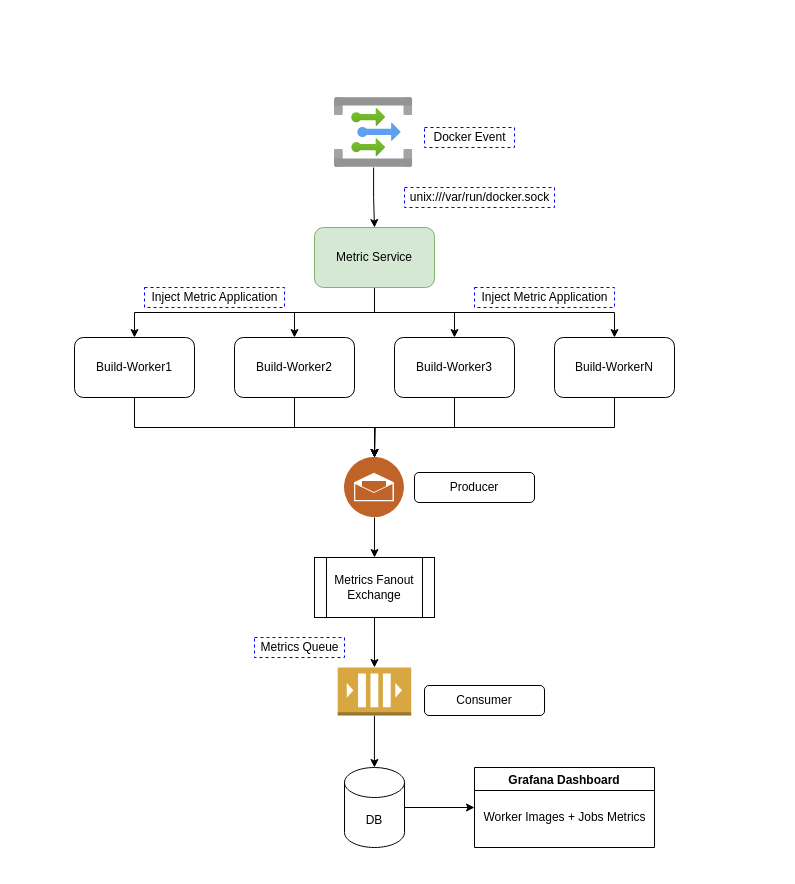
This is ServiceMetricsDB.drawio from ravisjha/test, a draw.io file, before an edit. Source tidied: cells renumbered, new cells numbered last; positions are measured from the earlier drawing's top-left corner, leaving out a move shared by most shapes. Both pictures are drawn from the tidied source at 100%, with x=0, y=0 at pixel (64, 67). Pictures stored in the file or linked from it are replaced by grey dashed boxes.
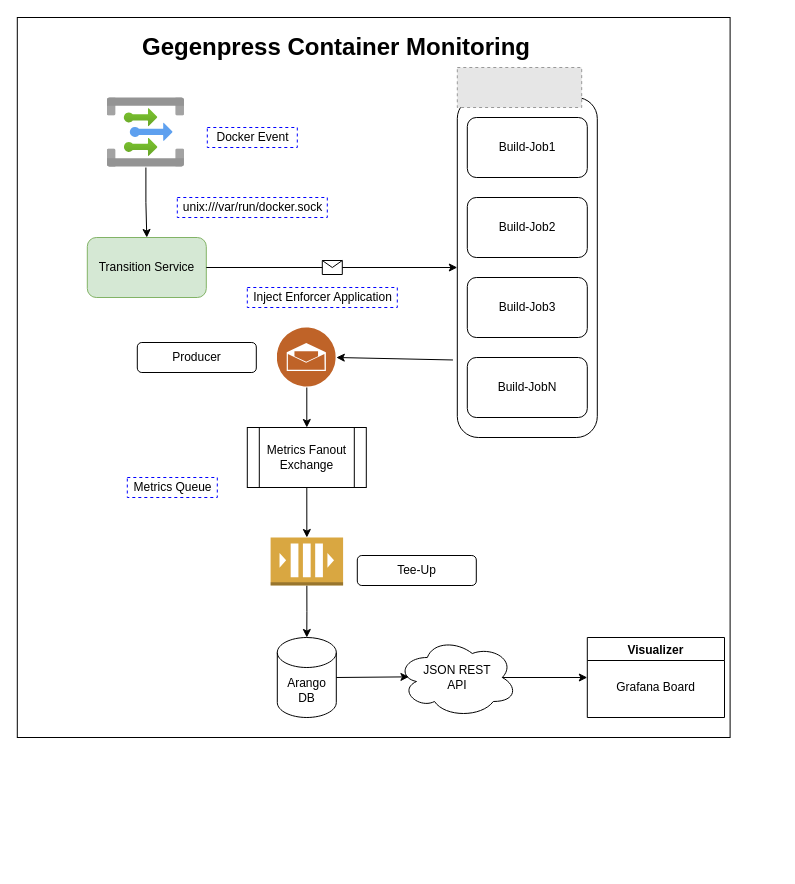
The same diagram, later.

Diff of the diagram source:
```diff
@@
-    <mxCell id="2" style="rounded=0;whiteSpace=wrap;html=1;dashed=1;strokeColor=none;" parent="1" vertex="1">
-      <mxGeometry width="640" height="800" as="geometry" />
-    </mxCell>
-    <mxCell id="3" style="edgeStyle=orthogonalEdgeStyle;rounded=0;jettySize=auto;html=1;exitX=1;exitY=0.5;exitDx=0;exitDy=0;exitPerimeter=0;entryX=0;entryY=0.5;entryDx=0;entryDy=0;" parent="1" edge="1" source="4" target="13">
-      <mxGeometry relative="1" as="geometry" />
-    </mxCell>
+    <mxCell id="36" style="group;" parent="1" vertex="1">
+      <mxGeometry y="-50" width="712.8" height="720" as="geometry" />
+    </mxCell>
+    <mxCell id="37" style="rounded=0;whiteSpace=wrap;html=1;" parent="36" vertex="1">
+      <mxGeometry x="-47.2" width="712.8" height="720" as="geometry" />
+    </mxCell>
+    <mxCell id="38" style="rounded=1;whiteSpace=wrap;html=1;" parent="36" vertex="1">
+      <mxGeometry x="392.8" y="80" width="140" height="340" as="geometry" />
+    </mxCell>
-    <mxCell id="4" value="DB" style="shape=cylinder3;whiteSpace=wrap;html=1;boundedLbl=1;backgroundOutline=1;size=15;" parent="1" vertex="1">
-      <mxGeometry x="280" y="700" width="60" height="80" as="geometry" />
+    <mxCell id="4" value="Arango DB" style="shape=cylinder3;whiteSpace=wrap;html=1;boundedLbl=1;backgroundOutline=1;size=15;" parent="36" vertex="1">
+      <mxGeometry x="212.8" y="620" width="59" height="80" as="geometry" />
     </mxCell>
-    <mxCell id="5" style="edgeStyle=orthogonalEdgeStyle;rounded=0;jettySize=auto;html=1;exitX=0.5;exitY=1;exitDx=0;exitDy=0;" parent="1" edge="1" source="6">
-      <mxGeometry relative="1" as="geometry">
-        <mxPoint x="310" y="390" as="targetPoint" />
-      </mxGeometry>
-    </mxCell>
-    <mxCell id="6" value="Build-Worker2" style="rounded=1;whiteSpace=wrap;html=1;" parent="1" vertex="1">
-      <mxGeometry x="170" y="270" width="120" height="60" as="geometry" />
+    <mxCell id="6" value="Build-Job2" style="rounded=1;whiteSpace=wrap;html=1;" parent="36" vertex="1">
+      <mxGeometry x="402.8" y="180" width="120" height="60" as="geometry" />
     </mxCell>
-    <mxCell id="7" style="edgeStyle=orthogonalEdgeStyle;rounded=0;jettySize=auto;html=1;exitX=0.5;exitY=1;exitDx=0;exitDy=0;" parent="1" edge="1" source="8" target="27">
-      <mxGeometry relative="1" as="geometry" />
-    </mxCell>
-    <mxCell id="8" value="Build-Worker1" style="rounded=1;whiteSpace=wrap;html=1;" parent="1" vertex="1">
-      <mxGeometry x="10" y="270" width="120" height="60" as="geometry" />
+    <mxCell id="8" value="Build-Job1" style="rounded=1;whiteSpace=wrap;html=1;" parent="36" vertex="1">
+      <mxGeometry x="402.8" y="100" width="120" height="60" as="geometry" />
     </mxCell>
-    <mxCell id="9" style="edgeStyle=orthogonalEdgeStyle;rounded=0;jettySize=auto;html=1;exitX=0.5;exitY=1;exitDx=0;exitDy=0;" parent="1" edge="1" source="10">
-      <mxGeometry relative="1" as="geometry">
-        <mxPoint x="310" y="390" as="targetPoint" />
-      </mxGeometry>
-    </mxCell>
-    <mxCell id="10" value="Build-Worker3" style="rounded=1;whiteSpace=wrap;html=1;" parent="1" vertex="1">
-      <mxGeometry x="330" y="270" width="120" height="60" as="geometry" />
-    </mxCell>
-    <mxCell id="11" style="edgeStyle=orthogonalEdgeStyle;rounded=0;jettySize=auto;html=1;exitX=0.5;exitY=1;exitDx=0;exitDy=0;entryX=0.5;entryY=0;entryDx=0;entryDy=0;" parent="1" edge="1" source="12" target="27">
-      <mxGeometry relative="1" as="geometry" />
-    </mxCell>
-    <mxCell id="12" value="Build-WorkerN" style="rounded=1;whiteSpace=wrap;html=1;" parent="1" vertex="1">
-      <mxGeometry x="490" y="270" width="120" height="60" as="geometry" />
+    <mxCell id="12" value="Build-JobN" style="rounded=1;whiteSpace=wrap;html=1;" parent="36" vertex="1">
+      <mxGeometry x="402.8" y="340" width="120" height="60" as="geometry" />
     </mxCell>
-    <mxCell id="13" value="Grafana Dashboard" style="swimlane;startSize=23;" parent="1" vertex="1">
-      <mxGeometry x="410" y="700" width="180" height="80" as="geometry" />
+    <mxCell id="13" value="Visualizer" style="swimlane;startSize=23;" parent="36" vertex="1">
+      <mxGeometry x="522.8" y="620" width="137.2" height="80" as="geometry" />
     </mxCell>
-    <mxCell id="14" value="Worker Images + Jobs Metrics" style="text;html=1;align=center;verticalAlign=middle;strokeColor=none;fillColor=none;" parent="13" vertex="1">
-      <mxGeometry y="40" width="180" height="20" as="geometry" />
-    </mxCell>
-    <mxCell id="15" style="edgeStyle=orthogonalEdgeStyle;rounded=0;jettySize=auto;html=1;exitX=0.5;exitY=1;exitDx=0;exitDy=0;entryX=0.5;entryY=0;entryDx=0;entryDy=0;" parent="1" edge="1" source="19" target="8">
-      <mxGeometry relative="1" as="geometry" />
-    </mxCell>
-    <mxCell id="16" style="edgeStyle=orthogonalEdgeStyle;rounded=0;jettySize=auto;html=1;exitX=0.5;exitY=1;exitDx=0;exitDy=0;entryX=0.5;entryY=0;entryDx=0;entryDy=0;" parent="1" edge="1" source="19" target="6">
-      <mxGeometry relative="1" as="geometry" />
-    </mxCell>
-    <mxCell id="17" style="edgeStyle=orthogonalEdgeStyle;rounded=0;jettySize=auto;html=1;exitX=0.5;exitY=1;exitDx=0;exitDy=0;entryX=0.5;entryY=0;entryDx=0;entryDy=0;" parent="1" edge="1" source="19" target="10">
-      <mxGeometry relative="1" as="geometry" />
-    </mxCell>
-    <mxCell id="18" style="edgeStyle=orthogonalEdgeStyle;rounded=0;jettySize=auto;html=1;exitX=0.5;exitY=1;exitDx=0;exitDy=0;" parent="1" edge="1" source="19" target="12">
-      <mxGeometry relative="1" as="geometry" />
-    </mxCell>
-    <mxCell id="19" value="Metric Service" style="rounded=1;whiteSpace=wrap;html=1;fillColor=#d5e8d4;strokeColor=#82b366;" parent="1" vertex="1">
-      <mxGeometry x="250" y="160" width="120" height="60" as="geometry" />
+    <mxCell id="19" value="Transition Service" style="rounded=1;whiteSpace=wrap;html=1;fillColor=#d5e8d4;strokeColor=#82b366;" parent="36" vertex="1">
+      <mxGeometry x="22.8" y="220" width="119" height="60" as="geometry" />
     </mxCell>
-    <mxCell id="20" value="Inject Metric Application" style="text;html=1;align=center;verticalAlign=middle;strokeColor=#0000FF;fillColor=none;dashed=1;" parent="1" vertex="1">
-      <mxGeometry x="80" y="220" width="140" height="20" as="geometry" />
-    </mxCell>
-    <mxCell id="21" value="Inject Metric Application" style="text;html=1;align=center;verticalAlign=middle;strokeColor=#0000FF;fillColor=none;dashed=1;" parent="1" vertex="1">
-      <mxGeometry x="410" y="220" width="140" height="20" as="geometry" />
+    <mxCell id="21" value="Inject Enforcer Application" style="text;html=1;align=center;verticalAlign=middle;strokeColor=#0000FF;fillColor=none;dashed=1;" parent="36" vertex="1">
+      <mxGeometry x="182.8" y="270" width="150" height="20" as="geometry" />
     </mxCell>
-    <mxCell id="22" style="edgeStyle=orthogonalEdgeStyle;rounded=0;jettySize=auto;html=1;entryX=0.5;entryY=0;entryDx=0;entryDy=0;" parent="1" edge="1" source="23" target="19">
+    <mxCell id="22" style="edgeStyle=orthogonalEdgeStyle;rounded=0;jettySize=auto;html=1;entryX=0.5;entryY=0;entryDx=0;entryDy=0;" parent="36" edge="1" source="23" target="19">
       <mxGeometry relative="1" as="geometry" />
     </mxCell>
-    <mxCell id="23" style="html=1;points=[];align=center;image;fontSize=12;image=img/lib/azure2/integration/Event_Grid_Topics.svg;dashed=1;strokeColor=#0000FF;" parent="1" vertex="1">
-      <mxGeometry x="270" y="30" width="78.2" height="70" as="geometry" />
+    <mxCell id="23" style="html=1;points=[];align=center;image;fontSize=12;image=img/lib/azure2/integration/Event_Grid_Topics.svg;dashed=1;strokeColor=#0000FF;" parent="36" vertex="1">
+      <mxGeometry x="42.8" y="80" width="77.2" height="70" as="geometry" />
     </mxCell>
-    <mxCell id="24" value="Docker Event" style="text;html=1;align=center;verticalAlign=middle;strokeColor=#0000FF;fillColor=none;dashed=1;" parent="1" vertex="1">
-      <mxGeometry x="360" y="60" width="90" height="20" as="geometry" />
+    <mxCell id="24" value="Docker Event" style="text;html=1;align=center;verticalAlign=middle;strokeColor=#0000FF;fillColor=none;dashed=1;" parent="36" vertex="1">
+      <mxGeometry x="142.8" y="110" width="90" height="20" as="geometry" />
     </mxCell>
-    <mxCell id="25" value="unix:///var/run/docker.sock" style="text;html=1;align=center;verticalAlign=middle;strokeColor=#0000FF;fillColor=none;dashed=1;" parent="1" vertex="1">
-      <mxGeometry x="340" y="120" width="150" height="20" as="geometry" />
+    <mxCell id="25" value="unix:///var/run/docker.sock" style="text;html=1;align=center;verticalAlign=middle;strokeColor=#0000FF;fillColor=none;dashed=1;" parent="36" vertex="1">
+      <mxGeometry x="112.8" y="180" width="150" height="20" as="geometry" />
     </mxCell>
-    <mxCell id="26" style="edgeStyle=orthogonalEdgeStyle;rounded=0;jettySize=auto;html=1;exitX=0.5;exitY=1;exitDx=0;exitDy=0;entryX=0.5;entryY=0;entryDx=0;entryDy=0;" parent="1" edge="1" source="27" target="29">
-      <mxGeometry relative="1" as="geometry" />
-    </mxCell>
-    <mxCell id="27" style="perimeter=ellipsePerimeter;html=1;align=center;shadow=0;dashed=0;fontColor=#4277BB;labelBackgroundColor=#ffffff;fontSize=12;spacingTop=3;image;image=img/lib/ibm/social/messaging.svg;strokeColor=#0000FF;" parent="1" vertex="1">
-      <mxGeometry x="280" y="390" width="60" height="60" as="geometry" />
+    <mxCell id="27" style="perimeter=ellipsePerimeter;html=1;align=center;shadow=0;dashed=0;fontColor=#4277BB;labelBackgroundColor=#ffffff;fontSize=12;spacingTop=3;image;image=img/lib/ibm/social/messaging.svg;strokeColor=#0000FF;" parent="36" vertex="1">
+      <mxGeometry x="212.8" y="310" width="59" height="60" as="geometry" />
     </mxCell>
-    <mxCell id="28" value="Producer" style="rounded=1;whiteSpace=wrap;html=1;strokeColor=#000000;" parent="1" vertex="1">
-      <mxGeometry x="350" y="405" width="120" height="30" as="geometry" />
+    <mxCell id="28" value="Producer" style="rounded=1;whiteSpace=wrap;html=1;strokeColor=#000000;" parent="36" vertex="1">
+      <mxGeometry x="72.8" y="325" width="119" height="30" as="geometry" />
     </mxCell>
-    <mxCell id="29" value="Metrics Fanout Exchange" style="shape=process;whiteSpace=wrap;html=1;backgroundOutline=1;strokeColor=#000000;" parent="1" vertex="1">
-      <mxGeometry x="250" y="490" width="120" height="60" as="geometry" />
+    <mxCell id="29" value="Metrics Fanout Exchange" style="shape=process;whiteSpace=wrap;html=1;backgroundOutline=1;strokeColor=#000000;" parent="36" vertex="1">
+      <mxGeometry x="182.8" y="410" width="119" height="60" as="geometry" />
     </mxCell>
-    <mxCell id="30" style="edgeStyle=orthogonalEdgeStyle;rounded=0;orthogonalLoop=1;jettySize=auto;html=1;exitX=0.5;exitY=1;exitDx=0;exitDy=0;" parent="1" edge="1" source="29" target="29">
+    <mxCell id="30" style="edgeStyle=orthogonalEdgeStyle;rounded=0;orthogonalLoop=1;jettySize=auto;html=1;exitX=0.5;exitY=1;exitDx=0;exitDy=0;" parent="36" edge="1" source="29" target="29">
       <mxGeometry relative="1" as="geometry" />
     </mxCell>
-    <mxCell id="31" style="endArrow=classic;html=1;rounded=0;exitX=0.5;exitY=1;exitDx=0;exitDy=0;entryX=0.5;entryY=0;entryDx=0;entryDy=0;entryPerimeter=0;" parent="1" edge="1" source="29" target="33">
+    <mxCell id="31" style="endArrow=classic;html=1;rounded=0;exitX=0.5;exitY=1;exitDx=0;exitDy=0;entryX=0.5;entryY=0;entryDx=0;entryDy=0;entryPerimeter=0;" parent="36" edge="1" source="29" target="33">
       <mxGeometry relative="1" as="geometry" />
     </mxCell>
-    <mxCell id="32" style="edgeStyle=orthogonalEdgeStyle;rounded=0;jettySize=auto;html=1;exitX=0.5;exitY=1;exitDx=0;exitDy=0;exitPerimeter=0;" parent="1" edge="1" source="33" target="4">
+    <mxCell id="32" style="edgeStyle=orthogonalEdgeStyle;rounded=0;jettySize=auto;html=1;exitX=0.5;exitY=1;exitDx=0;exitDy=0;exitPerimeter=0;" parent="36" edge="1" source="33" target="4">
       <mxGeometry relative="1" as="geometry" />
     </mxCell>
-    <mxCell id="33" style="outlineConnect=0;dashed=0;verticalLabelPosition=bottom;verticalAlign=top;align=center;html=1;shape=mxgraph.aws3.queue;fillColor=#D9A741;gradientColor=none;strokeColor=#000000;" parent="1" vertex="1">
-      <mxGeometry x="273.2" y="600" width="73.5" height="48" as="geometry" />
+    <mxCell id="33" style="outlineConnect=0;dashed=0;verticalLabelPosition=bottom;verticalAlign=top;align=center;html=1;shape=mxgraph.aws3.queue;fillColor=#D9A741;gradientColor=none;strokeColor=#000000;" parent="36" vertex="1">
+      <mxGeometry x="206.1" y="520" width="72.5" height="48" as="geometry" />
     </mxCell>
-    <mxCell id="34" value="Metrics Queue" style="text;html=1;align=center;verticalAlign=middle;strokeColor=#0000FF;fillColor=none;dashed=1;" parent="1" vertex="1">
-      <mxGeometry x="190" y="570" width="90" height="20" as="geometry" />
+    <mxCell id="34" value="Metrics Queue" style="text;html=1;align=center;verticalAlign=middle;strokeColor=#0000FF;fillColor=none;dashed=1;" parent="36" vertex="1">
+      <mxGeometry x="62.8" y="460" width="90" height="20" as="geometry" />
     </mxCell>
-    <mxCell id="35" value="Consumer" style="rounded=1;whiteSpace=wrap;html=1;strokeColor=#000000;" parent="1" vertex="1">
-      <mxGeometry x="360" y="618" width="120" height="30" as="geometry" />
+    <mxCell id="35" value="Tee-Up" style="rounded=1;whiteSpace=wrap;html=1;strokeColor=#000000;" parent="36" vertex="1">
+      <mxGeometry x="292.8" y="538" width="119" height="30" as="geometry" />
     </mxCell>
+    <mxCell id="10" value="Build-Job3" style="rounded=1;whiteSpace=wrap;html=1;" parent="36" vertex="1">
+      <mxGeometry x="402.8" y="260" width="120" height="60" as="geometry" />
+    </mxCell>
+    <mxCell id="39" style="endArrow=classic;html=1;rounded=0;exitX=1;exitY=0.5;exitDx=0;exitDy=0;entryX=0;entryY=0.5;entryDx=0;entryDy=0;" parent="36" edge="1" source="19" target="38">
+      <mxGeometry relative="1" as="geometry" />
+    </mxCell>
+    <mxCell id="40" style="shape=message;html=1;" parent="39" vertex="1">
+      <mxGeometry width="20" height="14" relative="1" as="geometry">
+        <mxPoint x="-10" y="-7" as="offset" />
+      </mxGeometry>
+    </mxCell>
+    <mxCell id="26" style="edgeStyle=orthogonalEdgeStyle;rounded=0;jettySize=auto;html=1;exitX=0.5;exitY=1;exitDx=0;exitDy=0;entryX=0.5;entryY=0;entryDx=0;entryDy=0;" parent="36" edge="1" source="27" target="29">
+      <mxGeometry relative="1" as="geometry" />
+    </mxCell>
+    <mxCell id="41" style="endArrow=classic;html=1;rounded=0;exitX=-0.031;exitY=0.772;exitDx=0;exitDy=0;entryX=1;entryY=0.5;entryDx=0;entryDy=0;exitPerimeter=0;" parent="36" edge="1" source="38" target="27">
+      <mxGeometry relative="1" as="geometry" />
+    </mxCell>
+    <mxCell id="42" value="JSON REST&lt;br&gt;API" style="ellipse;shape=cloud;whiteSpace=wrap;html=1;" parent="36" vertex="1">
+      <mxGeometry x="332.8" y="620" width="120" height="80" as="geometry" />
+    </mxCell>
+    <mxCell id="43" style="endArrow=classic;html=1;rounded=0;exitX=0.875;exitY=0.5;exitDx=0;exitDy=0;exitPerimeter=0;entryX=0;entryY=0.5;entryDx=0;entryDy=0;" parent="36" edge="1" source="42" target="13">
+      <mxGeometry relative="1" as="geometry" />
+    </mxCell>
+    <mxCell id="44" style="endArrow=classic;html=1;rounded=0;exitX=1;exitY=0.5;exitDx=0;exitDy=0;exitPerimeter=0;entryX=0.097;entryY=0.492;entryDx=0;entryDy=0;entryPerimeter=0;" parent="36" edge="1" source="4" target="42">
+      <mxGeometry relative="1" as="geometry" />
+    </mxCell>
+    <mxCell id="45" value="&lt;h1&gt;Gegenpress Container Monitoring&lt;/h1&gt;&lt;p&gt;&lt;br&gt;&lt;/p&gt;" style="text;html=1;strokeColor=none;fillColor=none;spacing=5;spacingTop=-20;whiteSpace=wrap;overflow=hidden;rounded=0;" parent="36" vertex="1">
+      <mxGeometry x="72.8" y="10" width="440" height="50" as="geometry" />
+    </mxCell>
+    <mxCell id="14" value="Grafana Board" style="text;html=1;align=center;verticalAlign=middle;strokeColor=none;fillColor=none;" parent="36" vertex="1">
+      <mxGeometry x="546.4" y="660" width="90" height="20" as="geometry" />
+    </mxCell>
+    <mxCell id="46" style="fillColor=#E6E6E6;strokeColor=#999999;dashed=1;verticalLabelPosition=bottom;labelBackgroundColor=#ffffff;verticalAlign=top;" parent="36" vertex="1">
+      <mxGeometry x="392.8" y="50" width="124.4" height="40" as="geometry" />
+    </mxCell>
```
